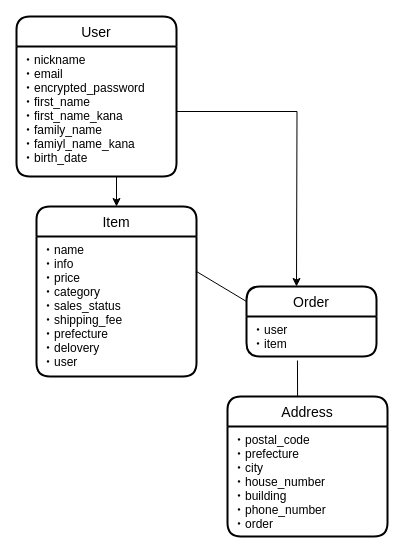
The draw.io diagram er.dio in oshim0115/furima-008, before the edit. Source tidied: cells renumbered, new cells numbered last; positions are measured from the earlier drawing's top-left corner, leaving out a move shared by most shapes. Both pictures are drawn from the tidied source at 100%, with x=0, y=0 at pixel (16, 16).
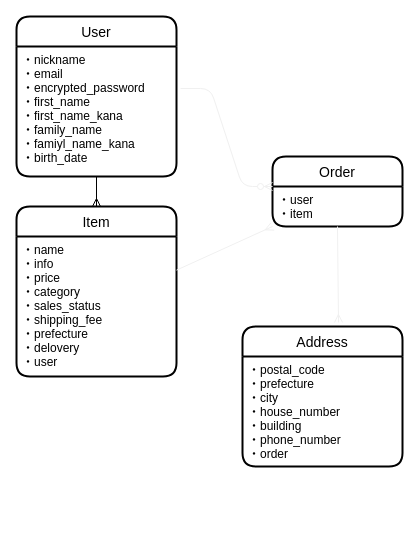
The same page after the edit.

Change to the diagram source:
```diff
@@
 <mxGraphModel>
   <root>
     <mxCell id="0" />
     <mxCell id="1" parent="0" />
     <mxCell id="2" value="Item" style="swimlane;horizontal=1;startSize=30;rounded=1;fontSize=14;fontStyle=0;strokeWidth=2;shadow=0;dashed=0;align=center;" parent="1" vertex="1">
-      <mxGeometry x="20" y="190" width="160" height="170" as="geometry" />
+      <mxGeometry y="190" width="160" height="170" as="geometry" />
     </mxCell>
     <mxCell id="3" value="・name&#10;・info&#10;・price&#10;・category&#10;・sales_status&#10;・shipping_fee&#10;・prefecture&#10;・delovery&#10;・user" style="align=left;strokeColor=none;fillColor=none;spacingLeft=4;fontSize=12;verticalAlign=top;" parent="2" vertex="1">
       <mxGeometry y="30" width="160" height="140" as="geometry" />
     </mxCell>
     <mxCell id="4" value="User" style="swimlane;horizontal=1;startSize=30;rounded=1;fontSize=14;fontStyle=0;strokeWidth=2;shadow=0;dashed=0;align=center;" parent="1" vertex="1">
       <mxGeometry width="160" height="160" as="geometry" />
     </mxCell>
     <mxCell id="5" value="・nickname&#10;・email&#10;・encrypted_password&#10;・first_name&#10;・first_name_kana&#10;・family_name&#10;・famiyl_name_kana&#10;・birth_date" style="align=left;strokeColor=none;fillColor=none;spacingLeft=4;fontSize=12;verticalAlign=top;" parent="4" vertex="1">
       <mxGeometry y="30" width="160" height="130" as="geometry" />
     </mxCell>
-    <mxCell id="6" style="edgeStyle=orthogonalEdgeStyle;rounded=0;jettySize=auto;html=1;exitX=0.392;exitY=1.1;exitDx=0;exitDy=0;entryX=0.438;entryY=0;entryDx=0;entryDy=0;entryPerimeter=0;endArrow=none;endFill=0;exitPerimeter=0;" parent="1" edge="1" source="13" target="7">
-      <mxGeometry relative="1" as="geometry" />
-    </mxCell>
     <mxCell id="7" value="Address" style="swimlane;horizontal=1;startSize=30;rounded=1;fontSize=14;fontStyle=0;strokeWidth=2;shadow=0;dashed=0;align=center;" parent="1" vertex="1">
-      <mxGeometry x="211" y="380" width="160" height="140" as="geometry" />
+      <mxGeometry x="226" y="310" width="160" height="140" as="geometry" />
     </mxCell>
     <mxCell id="8" value="・postal_code&#10;・prefecture&#10;・city&#10;・house_number&#10;・building&#10;・phone_number&#10;・order" style="align=left;strokeColor=none;fillColor=none;spacingLeft=4;fontSize=12;verticalAlign=top;" parent="7" vertex="1">
       <mxGeometry y="30" width="160" height="110" as="geometry" />
     </mxCell>
-    <mxCell id="9" style="edgeStyle=orthogonalEdgeStyle;rounded=0;jettySize=auto;html=1;exitX=0.5;exitY=1;exitDx=0;exitDy=0;entryX=0.5;entryY=0;entryDx=0;entryDy=0;" parent="1" edge="1" source="5" target="2">
+    <mxCell id="9" style="edgeStyle=orthogonalEdgeStyle;rounded=0;jettySize=auto;html=1;exitX=0.5;exitY=1;exitDx=0;exitDy=0;entryX=0.5;entryY=0;entryDx=0;entryDy=0;startArrow=none;startFill=0;endArrow=ERmany;endFill=0;" parent="1" edge="1" source="5" target="2">
       <mxGeometry relative="1" as="geometry" />
     </mxCell>
-    <mxCell id="10" style="edgeStyle=orthogonalEdgeStyle;rounded=0;jettySize=auto;html=1;" parent="1" edge="1" source="5">
-      <mxGeometry relative="1" as="geometry">
-        <mxPoint x="280" y="270" as="targetPoint" />
-      </mxGeometry>
-    </mxCell>
-    <mxCell id="11" style="rounded=0;jettySize=auto;html=1;exitX=1;exitY=0.25;exitDx=0;exitDy=0;entryX=0;entryY=0.25;entryDx=0;entryDy=0;entryPerimeter=0;startArrow=none;startFill=0;endArrow=none;endFill=0;" parent="1" edge="1" source="3">
-      <mxGeometry relative="1" as="geometry">
-        <mxPoint x="230" y="285" as="targetPoint" />
-      </mxGeometry>
-    </mxCell>
     <mxCell id="12" value="Order" style="swimlane;horizontal=1;startSize=30;rounded=1;fontSize=14;fontStyle=0;strokeWidth=2;shadow=0;dashed=0;align=center;" parent="1" vertex="1">
-      <mxGeometry x="230" y="270" width="130" height="70" as="geometry" />
+      <mxGeometry x="256" y="140" width="130" height="70" as="geometry" />
     </mxCell>
     <mxCell id="13" value="・user&#10;・item" style="align=left;strokeColor=none;fillColor=none;spacingLeft=4;fontSize=12;verticalAlign=top;" parent="12" vertex="1">
       <mxGeometry y="30" width="130" height="40" as="geometry" />
     </mxCell>
     <mxCell id="14" style="edgeStyle=none;rounded=0;orthogonalLoop=1;jettySize=auto;html=1;exitX=0.5;exitY=0;exitDx=0;exitDy=0;startArrow=none;startFill=0;endArrow=none;endFill=0;strokeColor=#f0f0f0;" parent="12" edge="1" source="13" target="13">
       <mxGeometry relative="1" as="geometry" />
     </mxCell>
+    <mxCell id="15" style="edgeStyle=entityRelationEdgeStyle;fontSize=12;html=1;endArrow=ERzeroToMany;endFill=1;strokeColor=#f0f0f0;exitX=1.025;exitY=0.323;exitDx=0;exitDy=0;exitPerimeter=0;entryX=0;entryY=0;entryDx=0;entryDy=0;" parent="1" edge="1" source="5" target="13">
+      <mxGeometry relative="1" as="geometry" />
+    </mxCell>
+    <mxCell id="6" style="edgeStyle=none;rounded=0;jettySize=auto;html=1;exitX=0.5;exitY=1;exitDx=0;exitDy=0;entryX=0.6;entryY=-0.029;entryDx=0;entryDy=0;entryPerimeter=0;startArrow=none;startFill=0;endArrow=ERmany;endFill=0;strokeColor=#f0f0f0;" parent="1" edge="1" source="13" target="7">
+      <mxGeometry relative="1" as="geometry" />
+    </mxCell>
+    <mxCell id="16" style="edgeStyle=none;rounded=0;jettySize=auto;html=1;entryX=0;entryY=1;entryDx=0;entryDy=0;startArrow=none;startFill=0;endArrow=ERmany;endFill=0;strokeColor=#f0f0f0;" parent="1" edge="1" source="3" target="13">
+      <mxGeometry relative="1" as="geometry" />
+    </mxCell>
   </root>
 </mxGraphModel>
```
